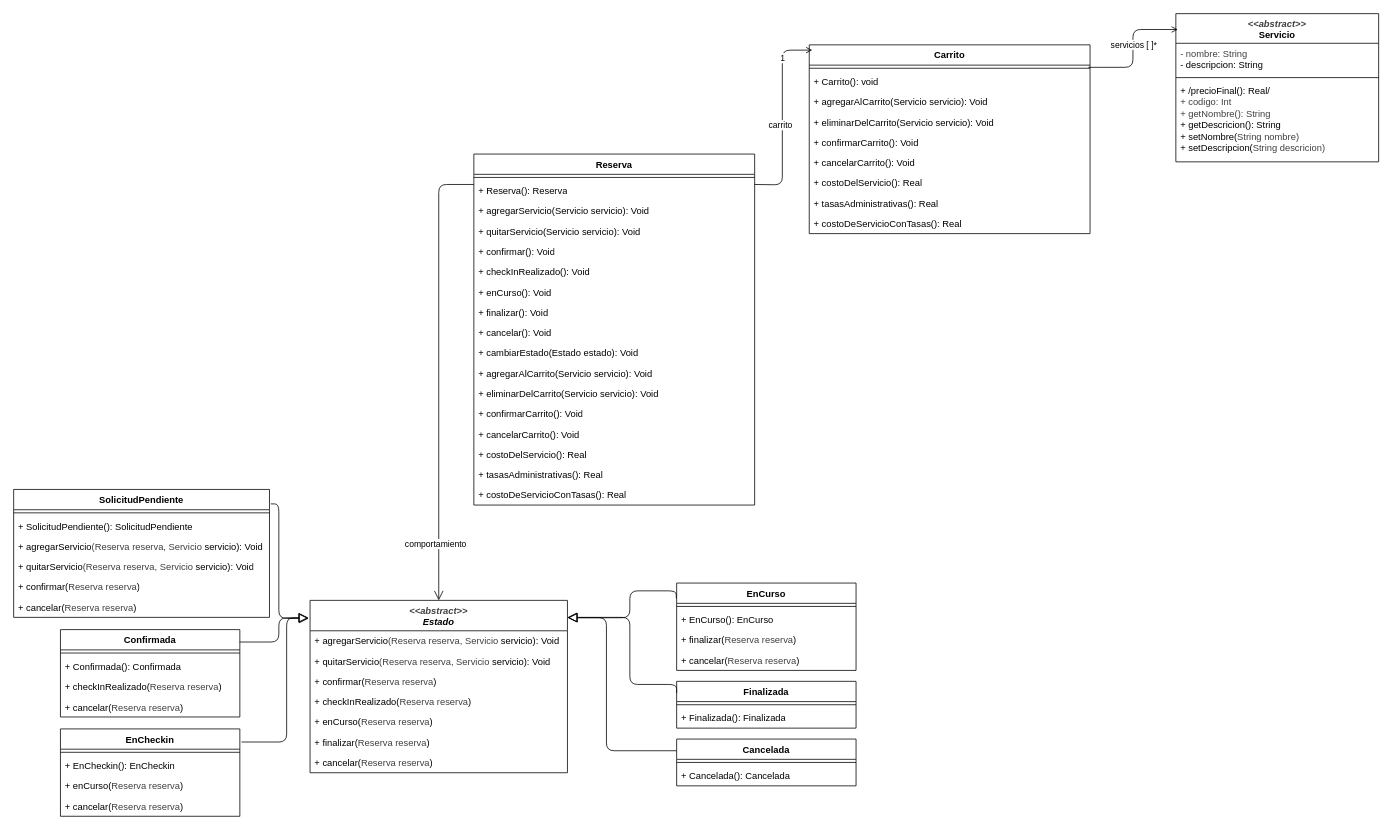
Naxayy/UNQ_Travel keeps this draw.io diagram as 2.2CicloDeVida.drawio. Above is the earlier version. Source tidied: cells renumbered, new cells numbered last; positions are measured from the earlier drawing's top-left corner, leaving out a move shared by most shapes. Both pictures are drawn from the tidied source at 78%, with x=0, y=0 at pixel (13, 13).
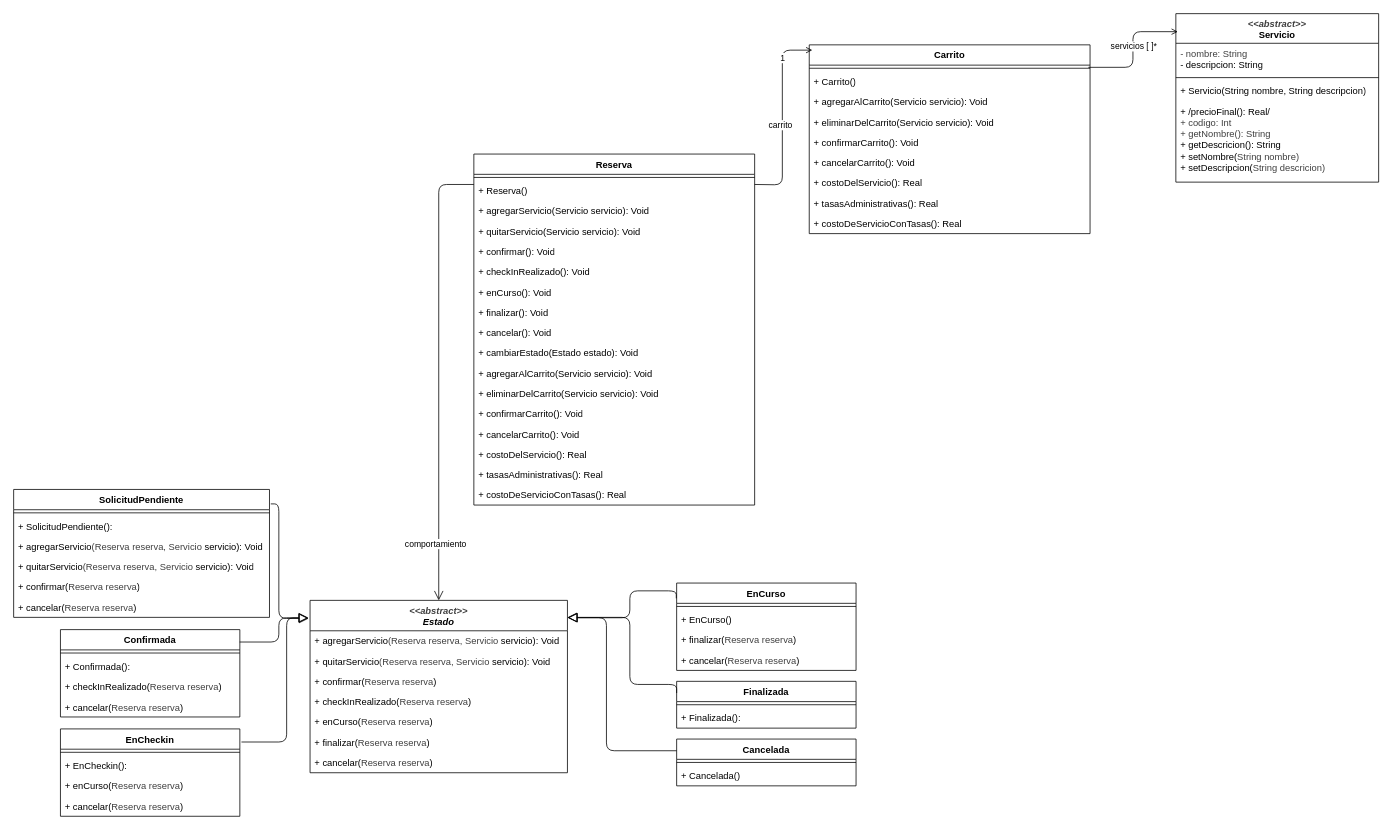
Above is the later version.

Unchanged cells that the change refers to:
```xml
<mxCell id="2" value="Reserva" style="swimlane;fontStyle=1;align=center;verticalAlign=top;horizontal=1;startSize=26;whiteSpace=wrap;html=1;strokeColor=default;swimlaneFillColor=default;fontFamily=Helvetica;fontSize=12;fontColor=default;fillColor=default;gradientColor=none;" parent="1" vertex="1">
  <mxGeometry x="590" y="180" width="360" height="450" as="geometry" />
</mxCell>
<mxCell id="30" value="SolicitudPendiente" style="swimlane;fontStyle=1;align=center;verticalAlign=top;horizontal=1;startSize=26;whiteSpace=wrap;html=1;newEdgeStyle=%7B%22edgeStyle%22%3A%22orthogonalEdgeStyle%22%2C%22rounded%22%3A%221%22%2C%22orthogonalLoop%22%3A%221%22%2C%22jettySize%22%3A%22auto%22%2C%22html%22%3A%221%22%2C%22strokeColor%22%3A%22default%22%2C%22align%22%3A%22center%22%2C%22verticalAlign%22%3A%22middle%22%2C%22fontFamily%22%3A%22Helvetica%22%2C%22fontSize%22%3A%2211%22%2C%22fontColor%22%3A%22default%22%2C%22labelBackgroundColor%22%3A%22default%22%2C%22defaultLabelBackgroundColor%22%3A%22page%22%2C%22startSize%22%3A%228%22%2C%22endArrow%22%3A%22block%22%2C%22endFill%22%3A%220%22%2C%22endSize%22%3A%2210%22%2C%22sourcePerimeterSpacing%22%3A%220%22%2C%22fixedPointSpacing%22%3A%221%22%2C%22shape%22%3Anull%7D;strokeColor=default;swimlaneFillColor=default;fontFamily=Helvetica;fontSize=12;fontColor=default;fillColor=default;gradientColor=none;" parent="1" vertex="1">
  <mxGeometry y="610" width="328" height="164" as="geometry" />
</mxCell>
<mxCell id="37" value="Confirmada" style="swimlane;fontStyle=1;align=center;verticalAlign=top;horizontal=1;startSize=26;whiteSpace=wrap;html=1;strokeColor=default;swimlaneFillColor=default;fontFamily=Helvetica;fontSize=12;fontColor=default;fillColor=default;gradientColor=none;" parent="1" vertex="1">
  <mxGeometry x="60" y="789.7" width="230" height="112" as="geometry" />
</mxCell>
<mxCell id="42" value="EnCheckin" style="swimlane;fontStyle=1;align=center;verticalAlign=top;horizontal=1;startSize=26;whiteSpace=wrap;html=1;strokeColor=default;swimlaneFillColor=default;fontFamily=Helvetica;fontSize=12;fontColor=default;fillColor=default;gradientColor=none;" parent="1" vertex="1">
  <mxGeometry x="60" y="917" width="230" height="112" as="geometry" />
</mxCell>
<mxCell id="47" value="EnCurso" style="swimlane;fontStyle=1;align=center;verticalAlign=top;horizontal=1;startSize=26;whiteSpace=wrap;html=1;strokeColor=default;swimlaneFillColor=default;fontFamily=Helvetica;fontSize=12;fontColor=default;fillColor=default;gradientColor=none;" parent="1" vertex="1">
  <mxGeometry x="850" y="730" width="230" height="112" as="geometry" />
</mxCell>
<mxCell id="52" value="Finalizada" style="swimlane;fontStyle=1;align=center;verticalAlign=top;horizontal=1;startSize=26;whiteSpace=wrap;html=1;strokeColor=default;swimlaneFillColor=default;fontFamily=Helvetica;fontSize=12;fontColor=default;fillColor=default;gradientColor=none;" parent="1" vertex="1">
  <mxGeometry x="850" y="856" width="230" height="60" as="geometry" />
</mxCell>
<mxCell id="56" value="Cancelada" style="swimlane;fontStyle=1;align=center;verticalAlign=top;horizontal=1;startSize=26;whiteSpace=wrap;html=1;strokeColor=default;swimlaneFillColor=default;fontFamily=Helvetica;fontSize=12;fontColor=default;fillColor=default;gradientColor=none;" parent="1" vertex="1">
  <mxGeometry x="850" y="930" width="230" height="60" as="geometry" />
</mxCell>
<mxCell id="64" value="Carrito" style="swimlane;fontStyle=1;align=center;verticalAlign=top;horizontal=1;startSize=26;whiteSpace=wrap;html=1;strokeColor=default;swimlaneFillColor=default;fontFamily=Helvetica;fontSize=12;fontColor=default;fillColor=default;gradientColor=none;" parent="1" vertex="1">
  <mxGeometry x="1020" y="40" width="360" height="242" as="geometry" />
</mxCell>
```

The edit, as a diff of the source:
```diff
@@
-    <mxCell id="4" value="+ Reserva(): Reserva" style="text;strokeColor=none;fillColor=none;align=left;verticalAlign=top;spacingLeft=4;spacingRight=4;overflow=hidden;whiteSpace=wrap;html=1;" parent="2" vertex="1">
+    <mxCell id="4" value="+ Reserva()" style="text;strokeColor=none;fillColor=none;align=left;verticalAlign=top;spacingLeft=4;spacingRight=4;overflow=hidden;whiteSpace=wrap;html=1;" parent="2" vertex="1">
       <mxGeometry y="34" width="360" height="26" as="geometry" />
     </mxCell>
@@
-    <mxCell id="32" value="+ SolicitudPendiente():&amp;nbsp;&lt;span style=&quot;color: rgb(0, 0, 0);&quot;&gt;SolicitudPendiente&lt;/span&gt;" style="text;strokeColor=none;fillColor=none;align=left;verticalAlign=top;spacingLeft=4;spacingRight=4;overflow=hidden;whiteSpace=wrap;html=1;" parent="30" vertex="1">
+    <mxCell id="32" value="+ SolicitudPendiente():" style="text;strokeColor=none;fillColor=none;align=left;verticalAlign=top;spacingLeft=4;spacingRight=4;overflow=hidden;whiteSpace=wrap;html=1;" parent="30" vertex="1">
       <mxGeometry y="34" width="328" height="26" as="geometry" />
     </mxCell>
@@
-    <mxCell id="39" value="+ Confirmada(): Confirmada" style="text;strokeColor=none;fillColor=none;align=left;verticalAlign=top;spacingLeft=4;spacingRight=4;overflow=hidden;whiteSpace=wrap;html=1;" parent="37" vertex="1">
+    <mxCell id="39" value="+ Confirmada():" style="text;strokeColor=none;fillColor=none;align=left;verticalAlign=top;spacingLeft=4;spacingRight=4;overflow=hidden;whiteSpace=wrap;html=1;" parent="37" vertex="1">
       <mxGeometry y="34" width="230" height="26" as="geometry" />
     </mxCell>
@@
-    <mxCell id="44" value="+ EnCheckin(): EnCheckin" style="text;strokeColor=none;fillColor=none;align=left;verticalAlign=top;spacingLeft=4;spacingRight=4;overflow=hidden;whiteSpace=wrap;html=1;" parent="42" vertex="1">
+    <mxCell id="44" value="+ EnCheckin():" style="text;strokeColor=none;fillColor=none;align=left;verticalAlign=top;spacingLeft=4;spacingRight=4;overflow=hidden;whiteSpace=wrap;html=1;" parent="42" vertex="1">
       <mxGeometry y="34" width="230" height="26" as="geometry" />
     </mxCell>
@@
-    <mxCell id="49" value="+ EnCurso(): EnCurso" style="text;strokeColor=none;fillColor=none;align=left;verticalAlign=top;spacingLeft=4;spacingRight=4;overflow=hidden;whiteSpace=wrap;html=1;" parent="47" vertex="1">
+    <mxCell id="49" value="+ EnCurso()" style="text;strokeColor=none;fillColor=none;align=left;verticalAlign=top;spacingLeft=4;spacingRight=4;overflow=hidden;whiteSpace=wrap;html=1;" parent="47" vertex="1">
       <mxGeometry y="34" width="230" height="26" as="geometry" />
     </mxCell>
@@
-    <mxCell id="54" value="+ Finalizada(): Finalizada" style="text;strokeColor=none;fillColor=none;align=left;verticalAlign=top;spacingLeft=4;spacingRight=4;overflow=hidden;whiteSpace=wrap;html=1;" parent="52" vertex="1">
+    <mxCell id="54" value="+ Finalizada():" style="text;strokeColor=none;fillColor=none;align=left;verticalAlign=top;spacingLeft=4;spacingRight=4;overflow=hidden;whiteSpace=wrap;html=1;" parent="52" vertex="1">
       <mxGeometry y="34" width="230" height="26" as="geometry" />
     </mxCell>
@@
-    <mxCell id="58" value="+ Cancelada(): Cancelada" style="text;strokeColor=none;fillColor=none;align=left;verticalAlign=top;spacingLeft=4;spacingRight=4;overflow=hidden;whiteSpace=wrap;html=1;" parent="56" vertex="1">
+    <mxCell id="58" value="+ Cancelada()" style="text;strokeColor=none;fillColor=none;align=left;verticalAlign=top;spacingLeft=4;spacingRight=4;overflow=hidden;whiteSpace=wrap;html=1;" parent="56" vertex="1">
       <mxGeometry y="34" width="230" height="26" as="geometry" />
     </mxCell>
@@
-    <mxCell id="66" value="+ Carrito(): void" style="text;strokeColor=none;fillColor=none;align=left;verticalAlign=top;spacingLeft=4;spacingRight=4;overflow=hidden;whiteSpace=wrap;html=1;" parent="64" vertex="1">
+    <mxCell id="66" value="+ Carrito()" style="text;strokeColor=none;fillColor=none;align=left;verticalAlign=top;spacingLeft=4;spacingRight=4;overflow=hidden;whiteSpace=wrap;html=1;" parent="64" vertex="1">
       <mxGeometry y="34" width="360" height="26" as="geometry" />
     </mxCell>
@@
     <mxCell id="74" value="&lt;i style=&quot;color: rgb(63, 63, 63); scrollbar-color: rgba(168, 169, 170, 0.52) rgb(18, 19, 20);&quot;&gt;&amp;lt;&amp;lt;&lt;span style=&quot;color: rgb(63, 63, 63); scrollbar-color: rgba(168, 169, 170, 0.52) rgb(18, 19, 20);&quot;&gt;abstract&lt;/span&gt;&amp;gt;&amp;gt;&lt;br style=&quot;color: rgb(63, 63, 63); scrollbar-color: rgba(168, 169, 170, 0.52) rgb(18, 19, 20);&quot;&gt;&lt;/i&gt;Servicio" style="swimlane;fontStyle=1;align=center;verticalAlign=top;horizontal=1;startSize=38;whiteSpace=wrap;html=1;" parent="1" vertex="1">
-      <mxGeometry x="1490" width="260" height="190" as="geometry" />
+      <mxGeometry x="1490" width="260" height="216" as="geometry" />
     </mxCell>
@@
+    <mxCell id="83" value="+ Servicio(String nombre, String descripcion)" style="text;strokeColor=none;fillColor=none;align=left;verticalAlign=top;spacingLeft=4;spacingRight=4;overflow=hidden;whiteSpace=wrap;html=1;" parent="74" vertex="1">
+      <mxGeometry y="86" width="260" height="26" as="geometry" />
+    </mxCell>
     <mxCell id="77" value="&lt;div&gt;&lt;span style=&quot;background-color: transparent; color: light-dark(rgb(0, 0, 0), rgb(255, 255, 255));&quot;&gt;+ /precioFinal(): Real/&lt;/span&gt;&lt;/div&gt;&lt;div&gt;&lt;div style=&quot;color: rgb(63, 63, 63); scrollbar-color: rgba(168, 169, 170, 0.52) rgb(18, 19, 20);&quot;&gt;+ codigo: Int&lt;/div&gt;&lt;div style=&quot;color: rgb(63, 63, 63); scrollbar-color: rgba(168, 169, 170, 0.52) rgb(18, 19, 20);&quot;&gt;&lt;span style=&quot;background-color: transparent;&quot;&gt;+ getNombre(): String&amp;nbsp;&lt;/span&gt;&lt;/div&gt;&lt;/div&gt;&lt;div&gt;+ getDescricion(): String&lt;/div&gt;&lt;div&gt;+ setNombre(&lt;span style=&quot;color: rgb(63, 63, 63); background-color: transparent;&quot;&gt;String nombre&lt;/span&gt;&lt;span style=&quot;color: rgb(63, 63, 63); background-color: transparent;&quot;&gt;)&lt;/span&gt;&lt;/div&gt;&lt;div&gt;+ setDescripcion(&lt;span style=&quot;color: rgb(63, 63, 63); background-color: transparent;&quot;&gt;String descricion&lt;/span&gt;&lt;span style=&quot;color: rgb(63, 63, 63); background-color: transparent;&quot;&gt;)&lt;/span&gt;&lt;/div&gt;" style="text;strokeColor=none;fillColor=none;align=left;verticalAlign=top;spacingLeft=4;spacingRight=4;overflow=hidden;whiteSpace=wrap;html=1;" parent="74" vertex="1">
-      <mxGeometry y="86" width="260" height="104" as="geometry" />
+      <mxGeometry y="112" width="260" height="104" as="geometry" />
     </mxCell>
```
